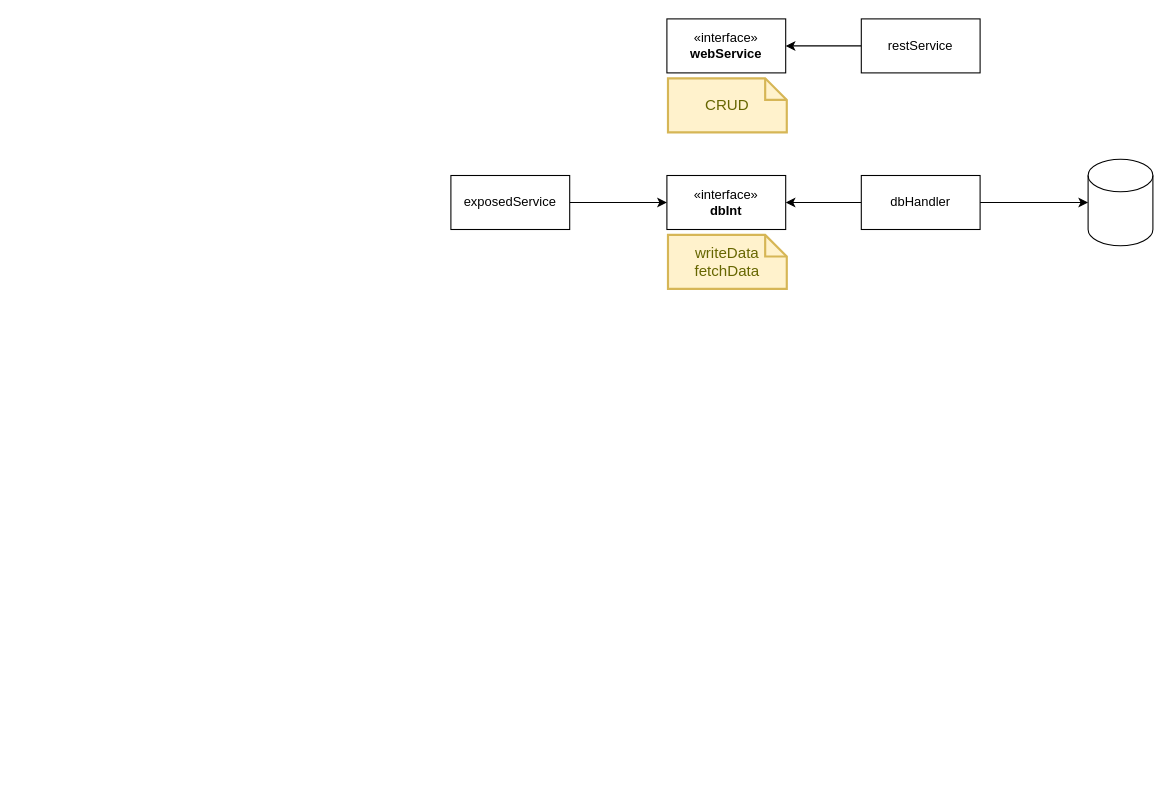
Before: system-design-rough.drawio in ChessEmulator94/recipe-helper, a draw.io diagram. Source tidied: cells renumbered, new cells numbered last; positions are measured from the earlier drawing's top-left corner, leaving out a move shared by most shapes. Both pictures are drawn from the tidied source at 108%, with x=0, y=0 at pixel (450, 18).
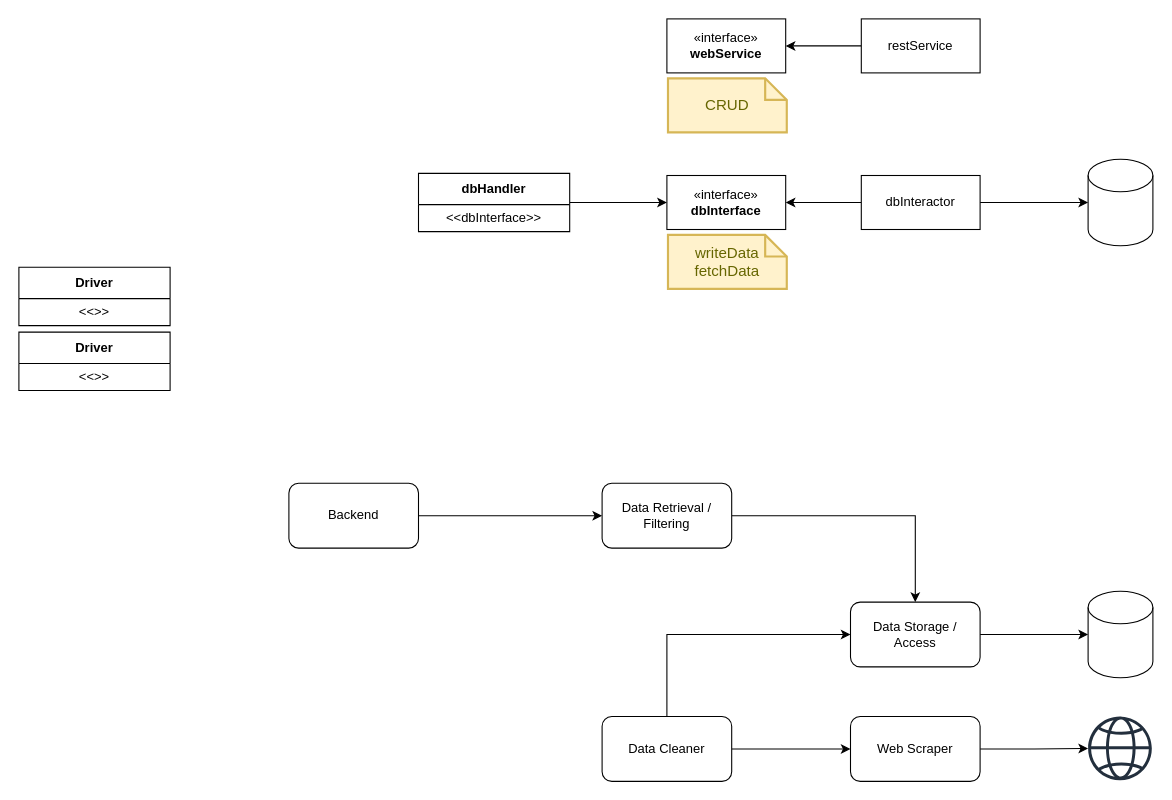
The same diagram, later.

Commit message:
Added high level overview data flow

Change to the diagram source:
```diff
@@
-    <mxCell id="3" value="«interface»&lt;br&gt;&lt;b&gt;dbInt&lt;/b&gt;" style="html=1;whiteSpace=wrap;" parent="1" vertex="1">
+    <mxCell id="3" value="«interface»&lt;br&gt;&lt;b&gt;dbInterface&lt;/b&gt;" style="html=1;whiteSpace=wrap;" parent="1" vertex="1">
       <mxGeometry x="200" y="145" width="110" height="50" as="geometry" />
     </mxCell>
@@
-    <mxCell id="6" value="dbHandler" style="html=1;whiteSpace=wrap;" parent="1" vertex="1">
+    <mxCell id="6" value="dbInteractor" style="html=1;whiteSpace=wrap;" parent="1" vertex="1">
       <mxGeometry x="380" y="145" width="110" height="50" as="geometry" />
     </mxCell>
-    <mxCell id="7" style="edgeStyle=orthogonalEdgeStyle;rounded=0;jettySize=auto;html=1;" parent="1" edge="1" source="8" target="3">
-      <mxGeometry relative="1" as="geometry" />
-    </mxCell>
-    <mxCell id="8" value="exposedService" style="html=1;whiteSpace=wrap;" parent="1" vertex="1">
-      <mxGeometry y="145" width="110" height="50" as="geometry" />
-    </mxCell>
@@
+    <mxCell id="14" style="edgeStyle=orthogonalEdgeStyle;rounded=0;jettySize=auto;html=1;entryX=0;entryY=0.5;entryDx=0;entryDy=0;" parent="1" edge="1" source="15" target="3">
+      <mxGeometry relative="1" as="geometry" />
+    </mxCell>
+    <mxCell id="15" value="dbHandler" style="swimlane;fontStyle=1;align=center;verticalAlign=middle;horizontal=1;startSize=29;html=1;whiteSpace=wrap;" parent="1" vertex="1">
+      <mxGeometry x="-30" y="143" width="140" height="54" as="geometry" />
+    </mxCell>
+    <mxCell id="16" value="&amp;lt;&amp;lt;dbInterface&amp;gt;&amp;gt;" style="text;html=1;strokeColor=none;fillColor=none;align=center;verticalAlign=middle;spacingLeft=4;spacingRight=4;overflow=hidden;whiteSpace=wrap;" parent="15" vertex="1">
+      <mxGeometry y="29" width="140" height="25" as="geometry" />
+    </mxCell>
+    <mxCell id="17" value="Driver" style="swimlane;fontStyle=1;align=center;verticalAlign=middle;horizontal=1;startSize=29;html=1;whiteSpace=wrap;" parent="1" vertex="1">
+      <mxGeometry x="-400" y="290" width="140" height="54" as="geometry" />
+    </mxCell>
+    <mxCell id="18" value="&amp;lt;&amp;lt;&amp;gt;&amp;gt;" style="text;html=1;strokeColor=none;fillColor=none;align=center;verticalAlign=middle;spacingLeft=4;spacingRight=4;overflow=hidden;whiteSpace=wrap;" parent="17" vertex="1">
+      <mxGeometry y="29" width="140" height="25" as="geometry" />
+    </mxCell>
+    <mxCell id="19" value="Driver" style="swimlane;fontStyle=1;align=center;verticalAlign=middle;horizontal=1;startSize=29;html=1;whiteSpace=wrap;" parent="1" vertex="1">
+      <mxGeometry x="-400" y="230" width="140" height="54" as="geometry" />
+    </mxCell>
+    <mxCell id="20" value="&amp;lt;&amp;lt;&amp;gt;&amp;gt;" style="text;html=1;strokeColor=none;fillColor=none;align=center;verticalAlign=middle;spacingLeft=4;spacingRight=4;overflow=hidden;whiteSpace=wrap;" parent="19" vertex="1">
+      <mxGeometry y="29" width="140" height="25" as="geometry" />
+    </mxCell>
+    <mxCell id="21" style="edgeStyle=orthogonalEdgeStyle;rounded=0;jettySize=auto;html=1;" parent="1" edge="1" source="22" target="23">
+      <mxGeometry relative="1" as="geometry" />
+    </mxCell>
+    <mxCell id="22" value="Web Scraper" style="rounded=1;whiteSpace=wrap;html=1;" parent="1" vertex="1">
+      <mxGeometry x="370" y="646" width="120" height="60" as="geometry" />
+    </mxCell>
+    <mxCell id="23" style="sketch=0;outlineConnect=0;fontColor=#232F3E;gradientColor=none;fillColor=#232F3D;strokeColor=none;dashed=0;verticalLabelPosition=bottom;verticalAlign=top;align=center;html=1;fontSize=12;fontStyle=0;shape=mxgraph.aws4.globe;" parent="1" vertex="1">
+      <mxGeometry x="590" y="646" width="59" height="59" as="geometry" />
+    </mxCell>
+    <mxCell id="24" style="edgeStyle=orthogonalEdgeStyle;rounded=0;jettySize=auto;html=1;" parent="1" edge="1" source="26" target="22">
+      <mxGeometry relative="1" as="geometry" />
+    </mxCell>
+    <mxCell id="25" style="edgeStyle=orthogonalEdgeStyle;rounded=0;jettySize=auto;html=1;entryX=0;entryY=0.5;entryDx=0;entryDy=0;" parent="1" edge="1" source="26" target="28">
+      <mxGeometry relative="1" as="geometry">
+        <Array as="points">
+          <mxPoint x="200" y="570" />
+        </Array>
+      </mxGeometry>
+    </mxCell>
+    <mxCell id="26" value="Data Cleaner" style="rounded=1;whiteSpace=wrap;html=1;" parent="1" vertex="1">
+      <mxGeometry x="140" y="646" width="120" height="60" as="geometry" />
+    </mxCell>
+    <mxCell id="27" style="edgeStyle=orthogonalEdgeStyle;rounded=0;jettySize=auto;html=1;" parent="1" edge="1" source="28" target="29">
+      <mxGeometry relative="1" as="geometry" />
+    </mxCell>
+    <mxCell id="28" value="Data Storage / Access" style="rounded=1;whiteSpace=wrap;html=1;" parent="1" vertex="1">
+      <mxGeometry x="370" y="540" width="120" height="60" as="geometry" />
+    </mxCell>
+    <mxCell id="29" style="shape=cylinder3;whiteSpace=wrap;html=1;boundedLbl=1;backgroundOutline=1;size=15;" parent="1" vertex="1">
+      <mxGeometry x="590" y="530" width="60" height="80" as="geometry" />
+    </mxCell>
+    <mxCell id="30" style="edgeStyle=orthogonalEdgeStyle;rounded=0;jettySize=auto;html=1;entryX=0.5;entryY=0;entryDx=0;entryDy=0;" parent="1" edge="1" source="31" target="28">
+      <mxGeometry relative="1" as="geometry" />
+    </mxCell>
+    <mxCell id="31" value="Data Retrieval / Filtering" style="rounded=1;whiteSpace=wrap;html=1;" parent="1" vertex="1">
+      <mxGeometry x="140" y="430" width="120" height="60" as="geometry" />
+    </mxCell>
+    <mxCell id="32" style="edgeStyle=orthogonalEdgeStyle;rounded=0;jettySize=auto;html=1;" parent="1" edge="1" source="33" target="31">
+      <mxGeometry relative="1" as="geometry" />
+    </mxCell>
+    <mxCell id="33" value="Backend" style="rounded=1;whiteSpace=wrap;html=1;" parent="1" vertex="1">
+      <mxGeometry x="-150" y="430" width="120" height="60" as="geometry" />
+    </mxCell>
```
